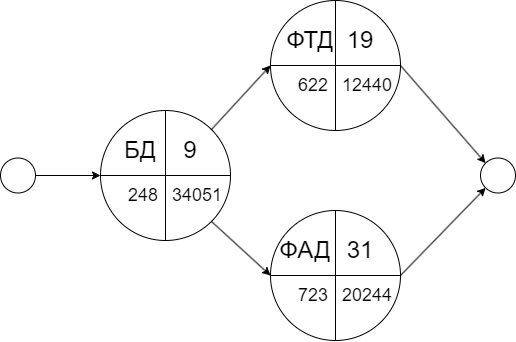
Before: PASKurs/лабораторные работы/l4/PAS4.3.drawio.png, a diagram exported from draw.io (Lenonim/KursPro). Source tidied: cells renumbered, new cells last; positions are measured from the earlier drawing's top-left corner, leaving out a move shared by most shapes. The source it was exported from:
```xml
<mxGraphModel>
  <root>
    <mxCell id="0" />
    <mxCell id="1" parent="0" />
    <mxCell id="2" style="endArrow=classic;html=1;rounded=0;exitX=1;exitY=0.5;exitDx=0;exitDy=0;entryX=0;entryY=0.5;entryDx=0;entryDy=0;" parent="1" edge="1">
      <mxGeometry relative="1" as="geometry">
        <mxPoint x="30" y="175" as="sourcePoint" />
        <mxPoint x="100" y="175" as="targetPoint" />
      </mxGeometry>
    </mxCell>
    <mxCell id="3" style="ellipse;whiteSpace=wrap;html=1;" parent="1" vertex="1">
      <mxGeometry y="157.5" width="35" height="35" as="geometry" />
    </mxCell>
    <mxCell id="4" style="ellipse;whiteSpace=wrap;html=1;" parent="1" vertex="1">
      <mxGeometry x="480" y="157.5" width="35" height="35" as="geometry" />
    </mxCell>
    <mxCell id="5" style="ellipse;whiteSpace=wrap;html=1;" parent="1" vertex="1">
      <mxGeometry x="100" y="110" width="130" height="130" as="geometry" />
    </mxCell>
    <mxCell id="6" style="endArrow=none;html=1;rounded=0;exitX=0;exitY=0.5;exitDx=0;exitDy=0;entryX=1;entryY=0.5;entryDx=0;entryDy=0;" parent="1" edge="1" source="5" target="5">
      <mxGeometry relative="1" as="geometry" />
    </mxCell>
    <mxCell id="7" style="endArrow=none;html=1;rounded=0;exitX=0.5;exitY=1;exitDx=0;exitDy=0;entryX=0.5;entryY=0;entryDx=0;entryDy=0;" parent="1" edge="1" source="5" target="5">
      <mxGeometry relative="1" as="geometry" />
    </mxCell>
    <mxCell id="8" value="&lt;span style=&quot;font-size: 24px;&quot;&gt;БД&lt;/span&gt;" style="text;html=1;strokeColor=none;fillColor=none;align=center;verticalAlign=middle;whiteSpace=wrap;rounded=0;" parent="1" vertex="1">
      <mxGeometry x="120" y="130" width="40" height="40" as="geometry" />
    </mxCell>
    <mxCell id="9" value="&lt;font style=&quot;font-size: 18px;&quot;&gt;34051&lt;/font&gt;" style="text;html=1;strokeColor=none;fillColor=none;align=left;verticalAlign=middle;whiteSpace=wrap;rounded=0;" parent="1" vertex="1">
      <mxGeometry x="170" y="180" width="60" height="30" as="geometry" />
    </mxCell>
    <mxCell id="10" value="&lt;span style=&quot;font-size: 24px;&quot;&gt;9&lt;/span&gt;" style="text;html=1;strokeColor=none;fillColor=none;align=center;verticalAlign=middle;whiteSpace=wrap;rounded=0;" parent="1" vertex="1">
      <mxGeometry x="170" y="130" width="40" height="40" as="geometry" />
    </mxCell>
    <mxCell id="11" style="ellipse;whiteSpace=wrap;html=1;" parent="1" vertex="1">
      <mxGeometry x="270" width="130" height="130" as="geometry" />
    </mxCell>
    <mxCell id="12" style="endArrow=none;html=1;rounded=0;exitX=0;exitY=0.5;exitDx=0;exitDy=0;entryX=1;entryY=0.5;entryDx=0;entryDy=0;" parent="1" edge="1" source="11" target="11">
      <mxGeometry relative="1" as="geometry" />
    </mxCell>
    <mxCell id="13" style="endArrow=none;html=1;rounded=0;exitX=0.5;exitY=1;exitDx=0;exitDy=0;entryX=0.5;entryY=0;entryDx=0;entryDy=0;" parent="1" edge="1" source="11" target="11">
      <mxGeometry relative="1" as="geometry" />
    </mxCell>
    <mxCell id="14" value="&lt;span style=&quot;font-size: 24px;&quot;&gt;ФТД&lt;/span&gt;" style="text;html=1;strokeColor=none;fillColor=none;align=center;verticalAlign=middle;whiteSpace=wrap;rounded=0;" parent="1" vertex="1">
      <mxGeometry x="290" y="20" width="40" height="40" as="geometry" />
    </mxCell>
    <mxCell id="15" value="&lt;font style=&quot;font-size: 18px;&quot;&gt;12440&lt;/font&gt;" style="text;html=1;strokeColor=none;fillColor=none;align=left;verticalAlign=middle;whiteSpace=wrap;rounded=0;" parent="1" vertex="1">
      <mxGeometry x="340" y="70" width="60" height="30" as="geometry" />
    </mxCell>
    <mxCell id="16" value="&lt;span style=&quot;font-size: 24px;&quot;&gt;19&lt;br&gt;&lt;/span&gt;" style="text;html=1;strokeColor=none;fillColor=none;align=center;verticalAlign=middle;whiteSpace=wrap;rounded=0;" parent="1" vertex="1">
      <mxGeometry x="340" y="20" width="40" height="40" as="geometry" />
    </mxCell>
    <mxCell id="17" style="ellipse;whiteSpace=wrap;html=1;" parent="1" vertex="1">
      <mxGeometry x="270" y="210" width="130" height="130" as="geometry" />
    </mxCell>
    <mxCell id="18" style="endArrow=none;html=1;rounded=0;exitX=0;exitY=0.5;exitDx=0;exitDy=0;entryX=1;entryY=0.5;entryDx=0;entryDy=0;" parent="1" edge="1" source="17" target="17">
      <mxGeometry relative="1" as="geometry" />
    </mxCell>
    <mxCell id="19" style="endArrow=none;html=1;rounded=0;exitX=0.5;exitY=1;exitDx=0;exitDy=0;entryX=0.5;entryY=0;entryDx=0;entryDy=0;" parent="1" edge="1" source="17" target="17">
      <mxGeometry relative="1" as="geometry" />
    </mxCell>
    <mxCell id="20" value="&lt;span style=&quot;font-size: 24px;&quot;&gt;ФАД&lt;/span&gt;" style="text;html=1;strokeColor=none;fillColor=none;align=center;verticalAlign=middle;whiteSpace=wrap;rounded=0;" parent="1" vertex="1">
      <mxGeometry x="280" y="230" width="50" height="40" as="geometry" />
    </mxCell>
    <mxCell id="21" value="&lt;font style=&quot;font-size: 18px;&quot;&gt;20244&lt;/font&gt;" style="text;html=1;strokeColor=none;fillColor=none;align=left;verticalAlign=middle;whiteSpace=wrap;rounded=0;" parent="1" vertex="1">
      <mxGeometry x="340" y="280" width="60" height="30" as="geometry" />
    </mxCell>
    <mxCell id="22" value="&lt;span style=&quot;font-size: 24px;&quot;&gt;31&lt;/span&gt;" style="text;html=1;strokeColor=none;fillColor=none;align=center;verticalAlign=middle;whiteSpace=wrap;rounded=0;" parent="1" vertex="1">
      <mxGeometry x="340" y="230" width="40" height="40" as="geometry" />
    </mxCell>
    <mxCell id="23" style="endArrow=classic;html=1;rounded=0;exitX=1;exitY=1;exitDx=0;exitDy=0;entryX=0;entryY=0.5;entryDx=0;entryDy=0;" parent="1" edge="1" source="5" target="17">
      <mxGeometry relative="1" as="geometry" />
    </mxCell>
    <mxCell id="24" style="endArrow=classic;html=1;rounded=0;entryX=0;entryY=1;entryDx=0;entryDy=0;exitX=1;exitY=0.5;exitDx=0;exitDy=0;" parent="1" edge="1" source="17" target="4">
      <mxGeometry relative="1" as="geometry" />
    </mxCell>
    <mxCell id="25" value="&lt;span style=&quot;font-size: 18px;&quot;&gt;622&lt;/span&gt;" style="text;html=1;strokeColor=none;fillColor=none;align=right;verticalAlign=middle;whiteSpace=wrap;rounded=0;" parent="1" vertex="1">
      <mxGeometry x="270" y="70" width="60" height="30" as="geometry" />
    </mxCell>
    <mxCell id="26" value="&lt;span style=&quot;font-size: 18px;&quot;&gt;723&lt;br&gt;&lt;/span&gt;" style="text;html=1;strokeColor=none;fillColor=none;align=right;verticalAlign=middle;whiteSpace=wrap;rounded=0;" parent="1" vertex="1">
      <mxGeometry x="270" y="280" width="60" height="30" as="geometry" />
    </mxCell>
    <mxCell id="27" style="endArrow=classic;html=1;rounded=0;entryX=0;entryY=0.5;entryDx=0;entryDy=0;exitX=1;exitY=0;exitDx=0;exitDy=0;" parent="1" edge="1" source="5" target="11">
      <mxGeometry relative="1" as="geometry" />
    </mxCell>
    <mxCell id="28" style="endArrow=classic;html=1;rounded=0;exitX=1;exitY=0.5;exitDx=0;exitDy=0;entryX=0;entryY=0;entryDx=0;entryDy=0;" parent="1" edge="1" source="11" target="4">
      <mxGeometry relative="1" as="geometry" />
    </mxCell>
    <mxCell id="29" value="&lt;span style=&quot;font-size: 18px;&quot;&gt;248&lt;/span&gt;" style="text;html=1;strokeColor=none;fillColor=none;align=right;verticalAlign=middle;whiteSpace=wrap;rounded=0;" parent="1" vertex="1">
      <mxGeometry x="100" y="180" width="60" height="30" as="geometry" />
    </mxCell>
  </root>
</mxGraphModel>
```
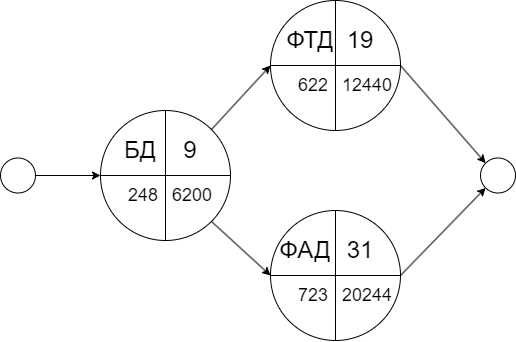
Above is the later version.

The edit, as a diff of the source:
```diff
@@ -26,7 +26,7 @@
     <mxCell id="8" value="&lt;span style=&quot;font-size: 24px;&quot;&gt;БД&lt;/span&gt;" style="text;html=1;strokeColor=none;fillColor=none;align=center;verticalAlign=middle;whiteSpace=wrap;rounded=0;" parent="1" vertex="1">
       <mxGeometry x="120" y="130" width="40" height="40" as="geometry" />
     </mxCell>
-    <mxCell id="9" value="&lt;font style=&quot;font-size: 18px;&quot;&gt;34051&lt;/font&gt;" style="text;html=1;strokeColor=none;fillColor=none;align=left;verticalAlign=middle;whiteSpace=wrap;rounded=0;" parent="1" vertex="1">
+    <mxCell id="9" value="&lt;font style=&quot;font-size: 18px;&quot;&gt;6200&lt;/font&gt;" style="text;html=1;strokeColor=none;fillColor=none;align=left;verticalAlign=middle;whiteSpace=wrap;rounded=0;" parent="1" vertex="1">
       <mxGeometry x="170" y="180" width="60" height="30" as="geometry" />
     </mxCell>
     <mxCell id="10" value="&lt;span style=&quot;font-size: 24px;&quot;&gt;9&lt;/span&gt;" style="text;html=1;strokeColor=none;fillColor=none;align=center;verticalAlign=middle;whiteSpace=wrap;rounded=0;" parent="1" vertex="1">
```
